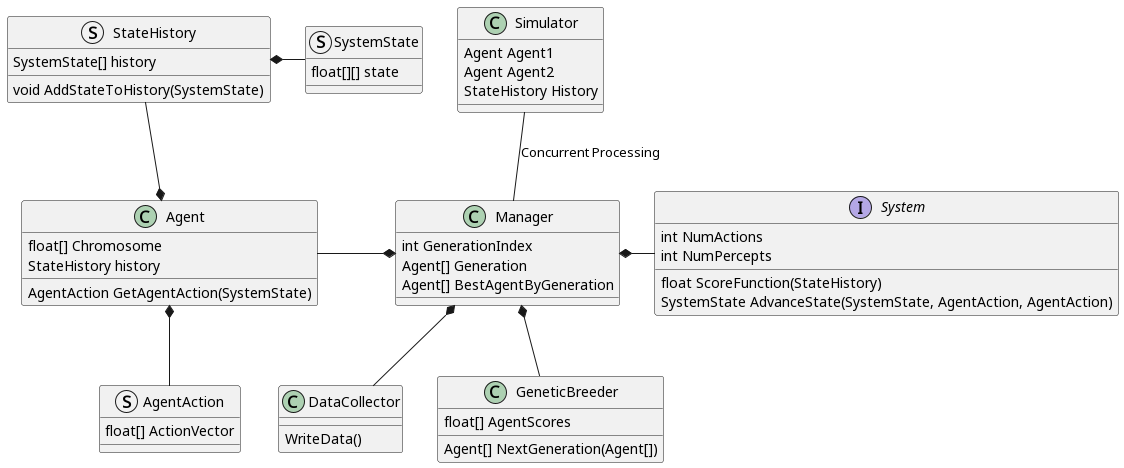
Above: UML/ProjectPlan.png in Otago-Computing-Students-Society/FoosballGeneticLearning (PlantUML), before the change.
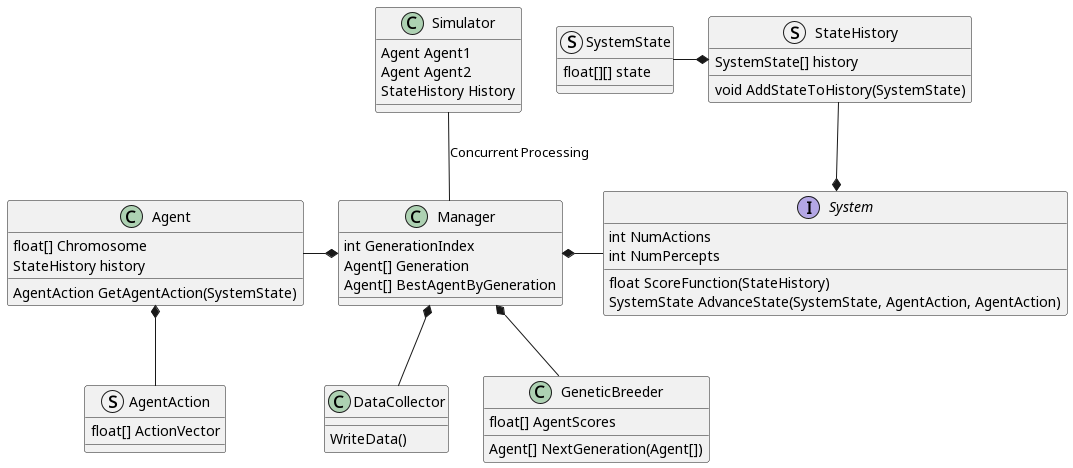
Above is the later version.

Commit message:
Move SystemState and History to aggregate into System

What changed in the source:
```diff
@@ -1,4 +1,4 @@
-@startuml
+@startuml ProjectPlan
 
 Class Agent {
     float[] Chromosome
@@ -47,14 +47,16 @@
     WriteData()
 }
 
-Agent *-d- AgentAction
-StateHistory *-l- SystemState
-Agent *-u- StateHistory
-
 Agent -r-* Manager
 System -l-* Manager
-Simulator -d- Manager: Concurrent Processing
 GeneticBreeder -u-* Manager
 DataCollector -u-* Manager
 
+Agent *-d- AgentAction
+
+System *-u- StateHistory
+StateHistory *-l- SystemState
+
+Simulator -d- Manager: Concurrent Processing
+
 @enduml
```
